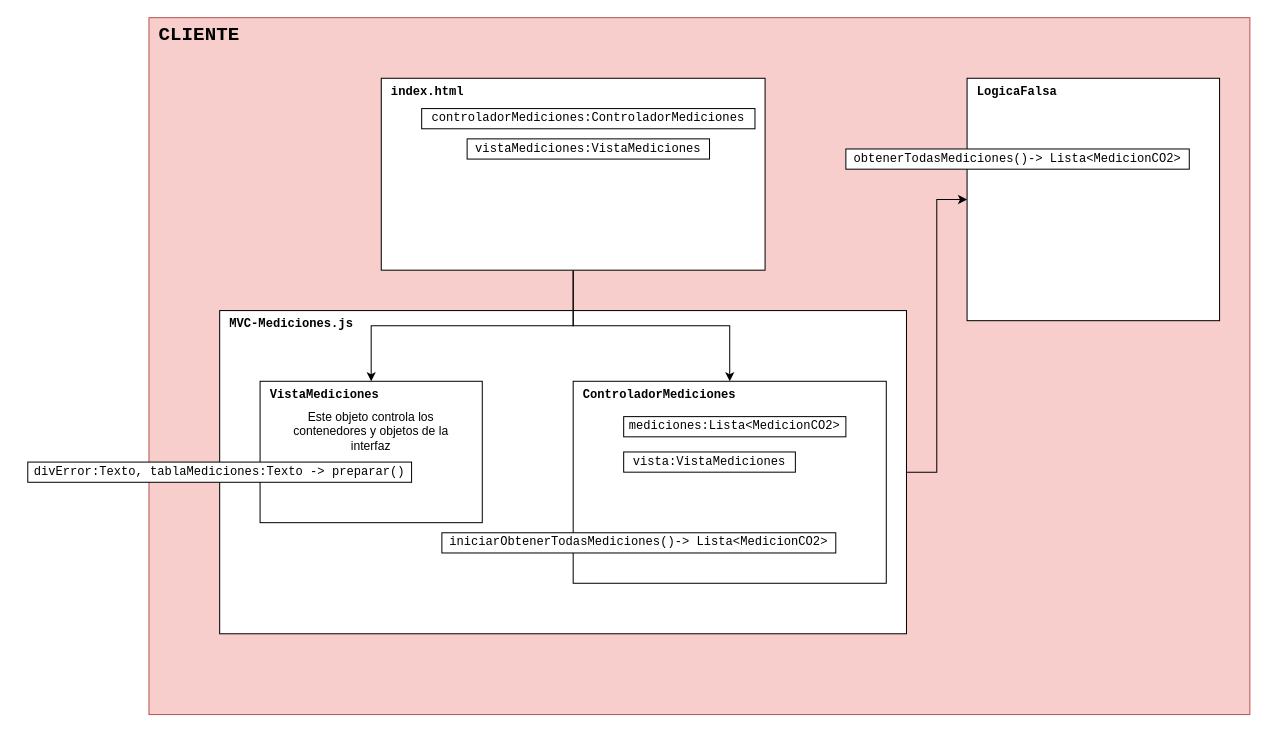
Above: doc/DiseñoClienteWeb.drawio in GTI-3A-Pure-Life/Pure-Life-WebApp (draw.io), before the change. Source tidied: cells renumbered, new cells numbered last; positions are measured from the earlier drawing's top-left corner, leaving out a move shared by most shapes. Both pictures are drawn from the tidied source at 101%, with x=0, y=0 at pixel (27, 17).
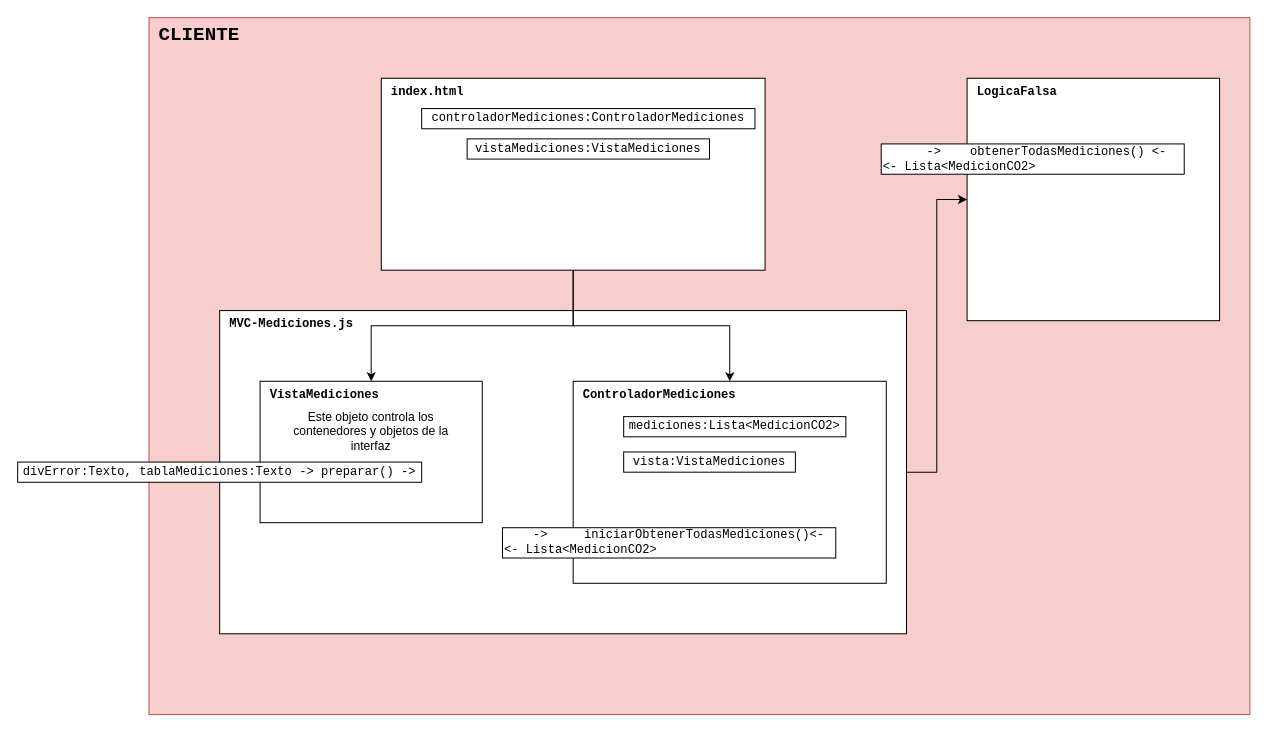
The same diagram, later.

Commit message (it also covers changes not shown here):
Documentación. Documento de diseño - 06/10/2021

What changed in the source:
```diff
@@
 <mxGraphModel>
   <root>
     <mxCell id="0" />
     <mxCell id="1" parent="0" />
     <mxCell id="2" value="&lt;font style=&quot;font-size: 19px&quot; face=&quot;Courier New&quot;&gt;CLIENTE&lt;/font&gt;" style="whiteSpace=wrap;html=1;align=left;verticalAlign=top;fontStyle=1;spacingLeft=8;fillColor=#f8cecc;strokeColor=#b85450;" parent="1" vertex="1">
       <mxGeometry x="120" width="1090" height="690" as="geometry" />
     </mxCell>
     <mxCell id="3" value="LogicaFalsa" style="rounded=0;whiteSpace=wrap;html=1;align=left;verticalAlign=top;fontStyle=1;spacingLeft=8;fontFamily=Courier New;" parent="1" vertex="1">
       <mxGeometry x="930" y="60" width="250" height="240" as="geometry" />
     </mxCell>
-    <mxCell id="4" value="obtenerTodasMediciones()-&amp;gt; Lista&amp;lt;MedicionCO2&amp;gt;" style="rounded=0;whiteSpace=wrap;html=1;fontFamily=Courier New;" parent="1" vertex="1">
-      <mxGeometry x="810" y="130" width="340" height="20" as="geometry" />
+    <mxCell id="4" value="&amp;nbsp; &amp;nbsp; &amp;nbsp; -&amp;gt;&amp;nbsp; &amp;nbsp; obtenerTodasMediciones() &amp;lt;-&lt;br&gt;&amp;lt;- Lista&amp;lt;MedicionCO2&amp;gt;" style="rounded=0;whiteSpace=wrap;html=1;fontFamily=Courier New;align=left;" parent="1" vertex="1">
+      <mxGeometry x="845" y="125" width="300" height="30" as="geometry" />
     </mxCell>
     <mxCell id="5" style="edgeStyle=orthogonalEdgeStyle;rounded=0;jettySize=auto;html=1;exitX=1;exitY=0.5;exitDx=0;exitDy=0;entryX=0;entryY=0.5;entryDx=0;entryDy=0;" parent="1" edge="1" source="6" target="3">
       <mxGeometry relative="1" as="geometry" />
     </mxCell>
     <mxCell id="6" value="MVC-Mediciones.js" style="rounded=0;whiteSpace=wrap;html=1;align=left;verticalAlign=top;fontStyle=1;spacingLeft=8;fontFamily=Courier New;" parent="1" vertex="1">
       <mxGeometry x="190" y="290" width="680" height="320" as="geometry" />
     </mxCell>
     <mxCell id="7" value="ControladorMediciones" style="rounded=0;whiteSpace=wrap;html=1;align=left;verticalAlign=top;fontStyle=1;spacingLeft=8;fontFamily=Courier New;" parent="1" vertex="1">
       <mxGeometry x="540" y="360" width="310" height="200" as="geometry" />
     </mxCell>
     <mxCell id="8" style="edgeStyle=orthogonalEdgeStyle;rounded=0;jettySize=auto;html=1;" parent="1" edge="1" source="10" target="15">
       <mxGeometry relative="1" as="geometry" />
     </mxCell>
     <mxCell id="9" style="edgeStyle=orthogonalEdgeStyle;rounded=0;jettySize=auto;html=1;" parent="1" edge="1" source="10" target="7">
       <mxGeometry relative="1" as="geometry" />
     </mxCell>
     <mxCell id="10" value="index.html" style="rounded=0;whiteSpace=wrap;html=1;align=left;verticalAlign=top;fontStyle=1;spacingLeft=8;fontFamily=Courier New;" parent="1" vertex="1">
       <mxGeometry x="350" y="60" width="380" height="190" as="geometry" />
     </mxCell>
     <mxCell id="11" value="controladorMediciones:ControladorMediciones" style="rounded=0;whiteSpace=wrap;html=1;fontFamily=Courier New;" parent="1" vertex="1">
       <mxGeometry x="390" y="90" width="330" height="20" as="geometry" />
     </mxCell>
     <mxCell id="12" value="vistaMediciones:VistaMediciones" style="rounded=0;whiteSpace=wrap;html=1;fontFamily=Courier New;" parent="1" vertex="1">
       <mxGeometry x="435" y="120" width="240" height="20" as="geometry" />
     </mxCell>
     <mxCell id="13" value="mediciones:Lista&amp;lt;MedicionCO2&amp;gt;" style="rounded=0;whiteSpace=wrap;html=1;fontFamily=Courier New;" parent="1" vertex="1">
       <mxGeometry x="590" y="395" width="220" height="20" as="geometry" />
     </mxCell>
-    <mxCell id="14" value="iniciarObtenerTodasMediciones()-&amp;gt; Lista&amp;lt;MedicionCO2&amp;gt;" style="rounded=0;whiteSpace=wrap;html=1;fontFamily=Courier New;" parent="1" vertex="1">
-      <mxGeometry x="410" y="510" width="390" height="20" as="geometry" />
+    <mxCell id="14" value="&amp;nbsp; &amp;nbsp; -&amp;gt;&amp;nbsp; &amp;nbsp; &amp;nbsp;iniciarObtenerTodasMediciones()&amp;lt;-&lt;br&gt;&lt;span style=&quot;text-align: center&quot;&gt;&amp;lt;- Lista&amp;lt;MedicionCO2&amp;gt;&lt;/span&gt;" style="rounded=0;whiteSpace=wrap;html=1;fontFamily=Courier New;align=left;" parent="1" vertex="1">
+      <mxGeometry x="470" y="505" width="330" height="30" as="geometry" />
     </mxCell>
     <mxCell id="15" value="VistaMediciones" style="rounded=0;whiteSpace=wrap;html=1;align=left;verticalAlign=top;fontStyle=1;spacingLeft=8;fontFamily=Courier New;" parent="1" vertex="1">
       <mxGeometry x="230" y="360" width="220" height="140" as="geometry" />
     </mxCell>
-    <mxCell id="16" value="divError:Texto, tablaMediciones:Texto -&amp;gt; preparar()" style="rounded=0;whiteSpace=wrap;html=1;fontFamily=Courier New;" parent="1" vertex="1">
-      <mxGeometry y="440" width="380" height="20" as="geometry" />
+    <mxCell id="16" value="divError:Texto, tablaMediciones:Texto -&amp;gt; preparar() -&amp;gt;" style="rounded=0;whiteSpace=wrap;html=1;fontFamily=Courier New;" parent="1" vertex="1">
+      <mxGeometry x="-10" y="440" width="400" height="20" as="geometry" />
     </mxCell>
     <mxCell id="17" value="vista:VistaMediciones" style="rounded=0;whiteSpace=wrap;html=1;fontFamily=Courier New;" parent="1" vertex="1">
       <mxGeometry x="590" y="430" width="170" height="20" as="geometry" />
     </mxCell>
     <mxCell id="18" value="Este objeto controla los contenedores y objetos de la interfaz" style="text;html=1;strokeColor=none;fillColor=none;align=center;verticalAlign=middle;whiteSpace=wrap;rounded=0;" parent="1" vertex="1">
       <mxGeometry x="255" y="400" width="170" height="20" as="geometry" />
     </mxCell>
   </root>
 </mxGraphModel>
```
